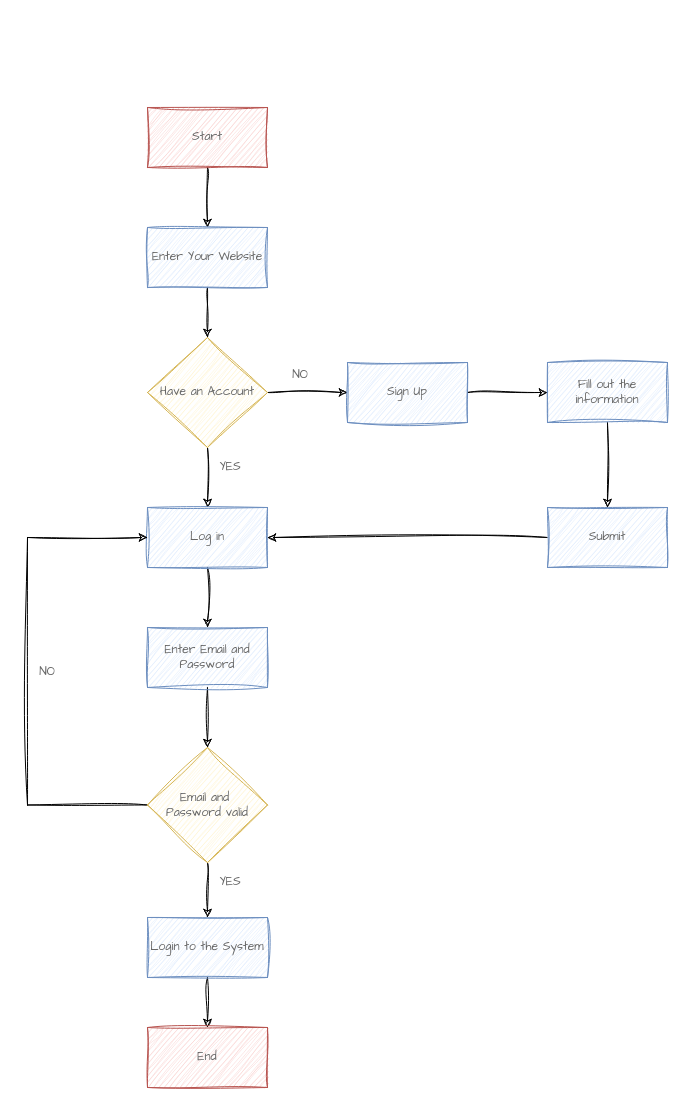
Above: Untitled Diagram.drawio in krishanathep/my-flowchart (draw.io), before the change. Source tidied: cells renumbered, new cells numbered last; positions are measured from the earlier drawing's top-left corner, leaving out a move shared by most shapes. Both pictures are drawn from the tidied source at 100%, with x=0, y=0 at pixel (17, 107).
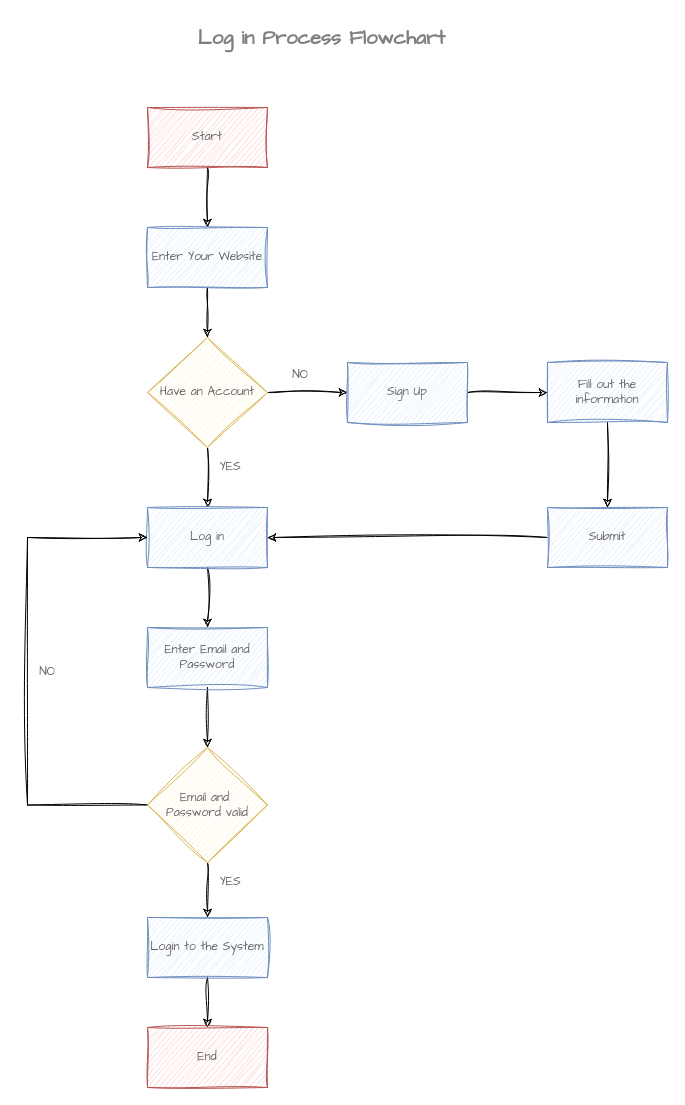
After the change.

The edit, as a diff of the source:
```diff
@@
+    <mxCell id="31" value="Log in Process Flowchart" style="text;html=1;align=center;verticalAlign=middle;strokeColor=none;fillColor=none;fontFamily=Architects Daughter;fontSize=20;fontStyle=1;fontColor=#808080;" parent="1" vertex="1">
+      <mxGeometry x="169" y="-90" width="270" height="40" as="geometry" />
+    </mxCell>
```
